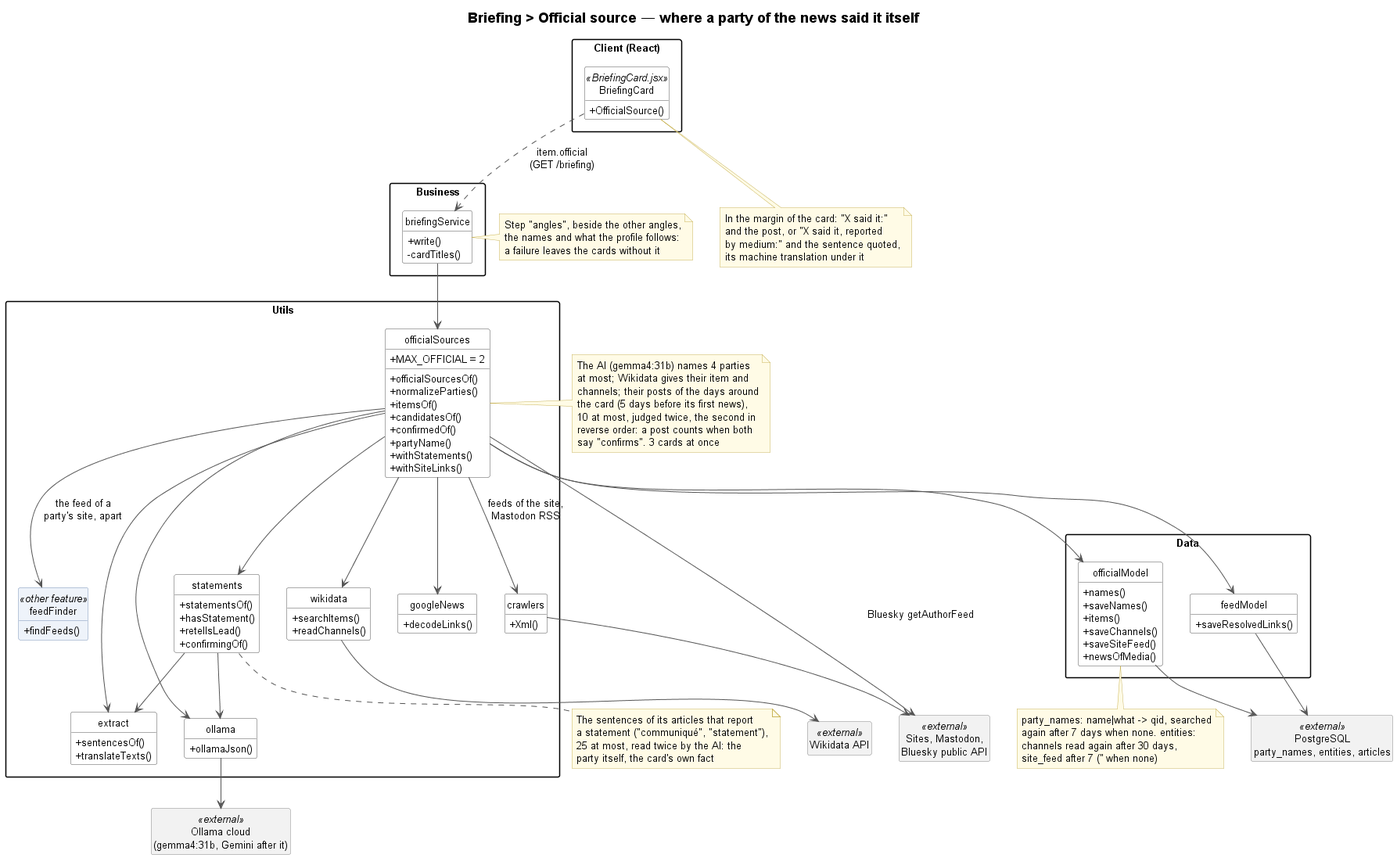
The PlantUML diagram docs/briefing/official-source/briefing-official-source-class.png in TPI2026-NewsGenerator/NewsGenerator-Backend, before a commit.
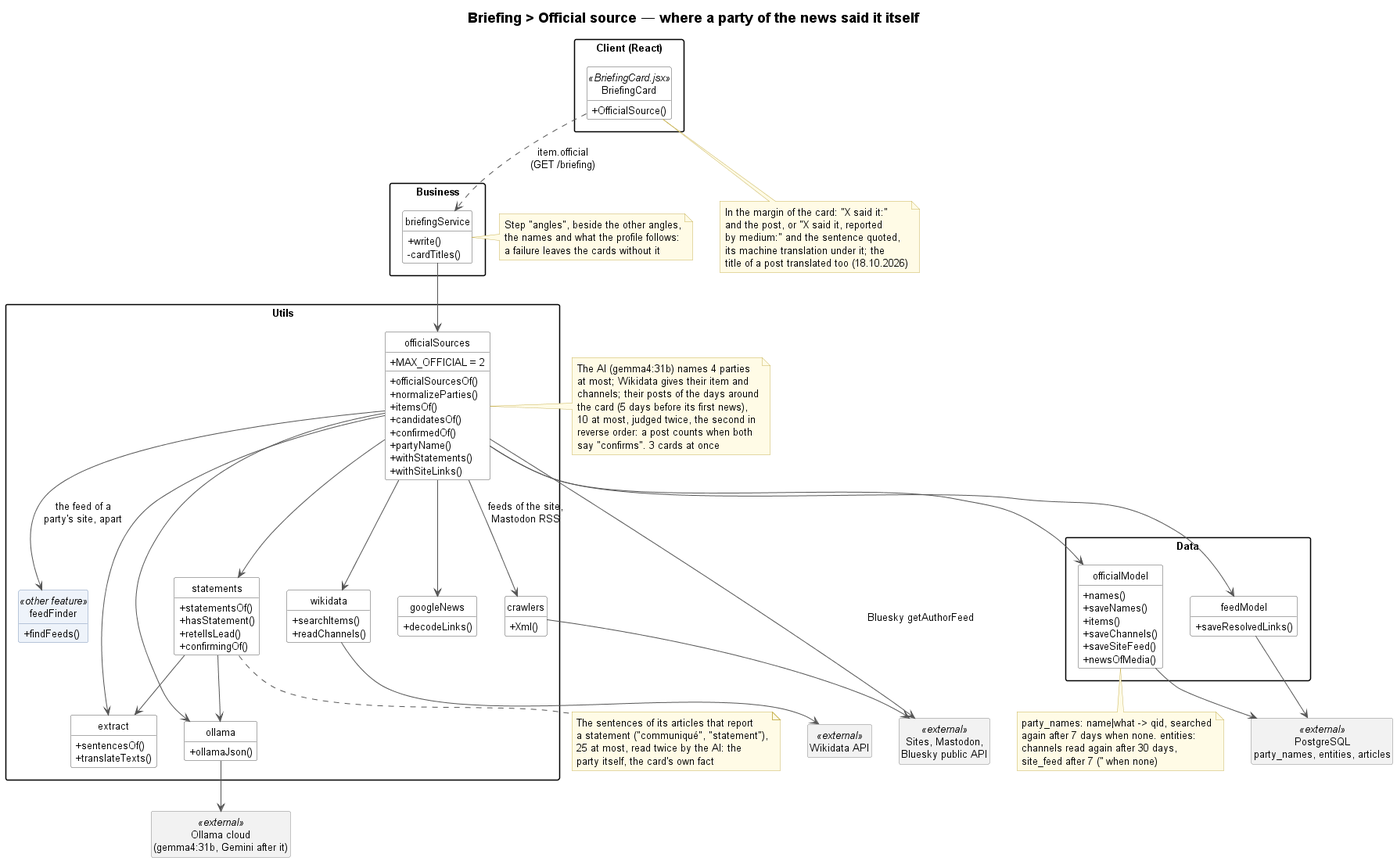
Later version of the same file.

The edit, as a diff of the source:
```diff
@@ -11,7 +11,8 @@
     In the margin of the card: "X said it:"
     and the post, or "X said it, reported
     by medium:" and the sentence quoted,
-    its machine translation under it
+    its machine translation under it; the
+    title of a post translated too (18.10.2026)
 end note
 
 package "Business" {
```
